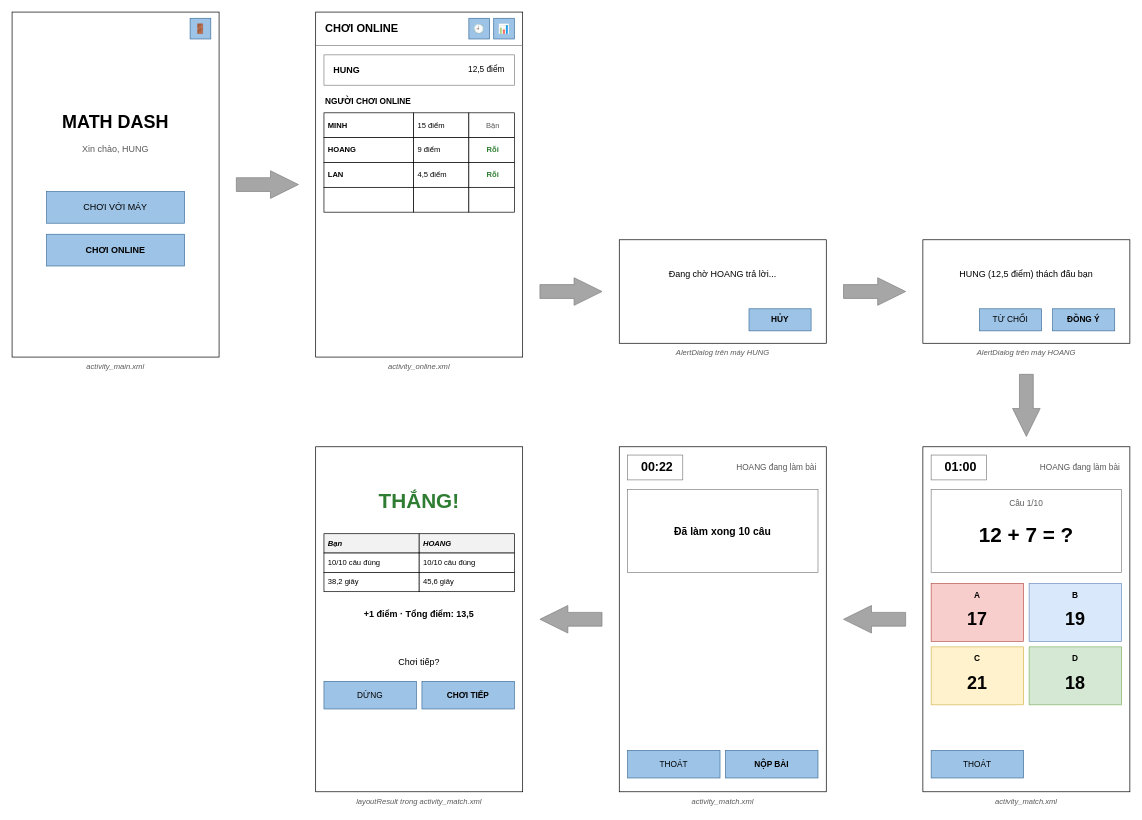
HungNguyenBa1811/math-dash keeps this draw.io diagram as page "Modul Chơi online" (1 of 2) of docs/hung/giao-dien-hung.drawio. Above is the earlier version. Source tidied: cells renumbered, new cells numbered last; positions are measured from the earlier drawing's top-left corner, leaving out a move shared by most shapes. Both pictures are drawn from the tidied source at 69%, with x=0, y=0 at pixel (12, 12).
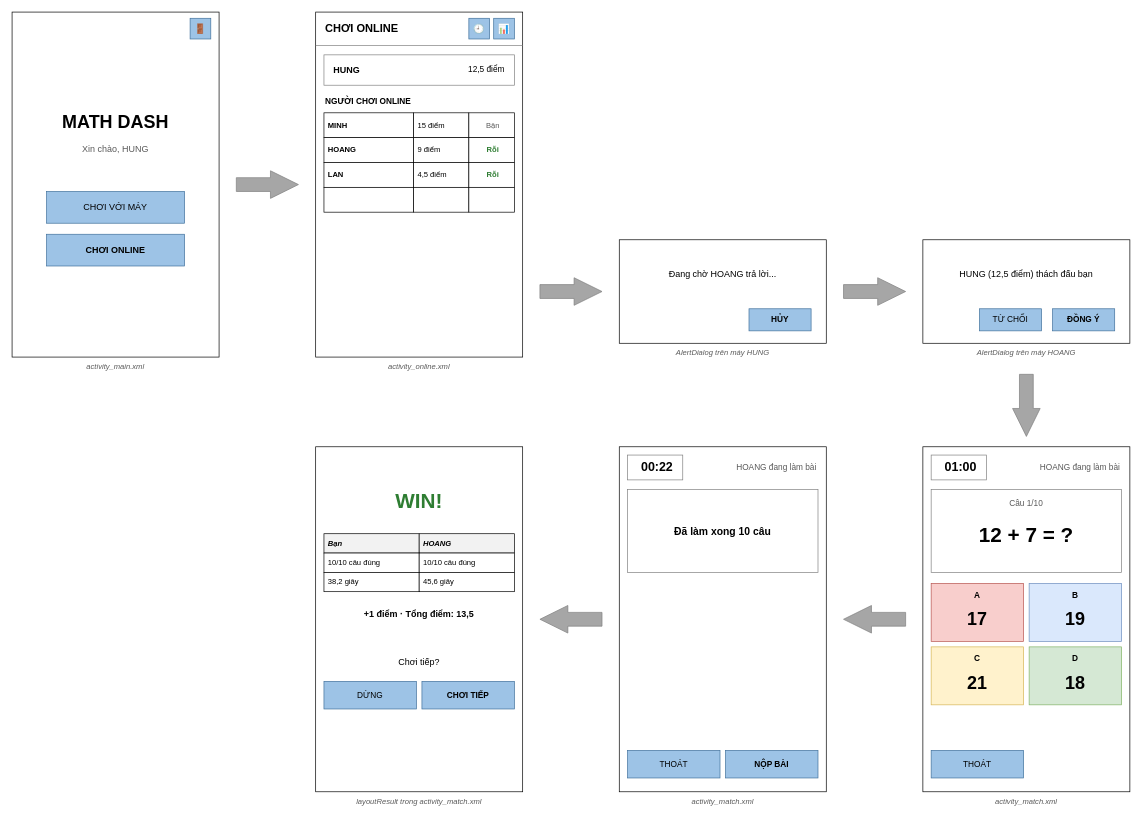
Above is the later version.

The edit, as a diff of the source:
```diff
@@
-    <mxCell id="76" value="THẮNG!" style="text;html=1;align=center;verticalAlign=middle;whiteSpace=wrap;fontSize=30;fontStyle=1;fontColor=#2E7D32;" parent="1" vertex="1">
+    <mxCell id="76" value="WIN!" style="text;html=1;align=center;verticalAlign=middle;whiteSpace=wrap;fontSize=30;fontStyle=1;fontColor=#2E7D32;" parent="1" vertex="1">
       <mxGeometry x="440" y="686" width="300" height="44" as="geometry" />
     </mxCell>
```
